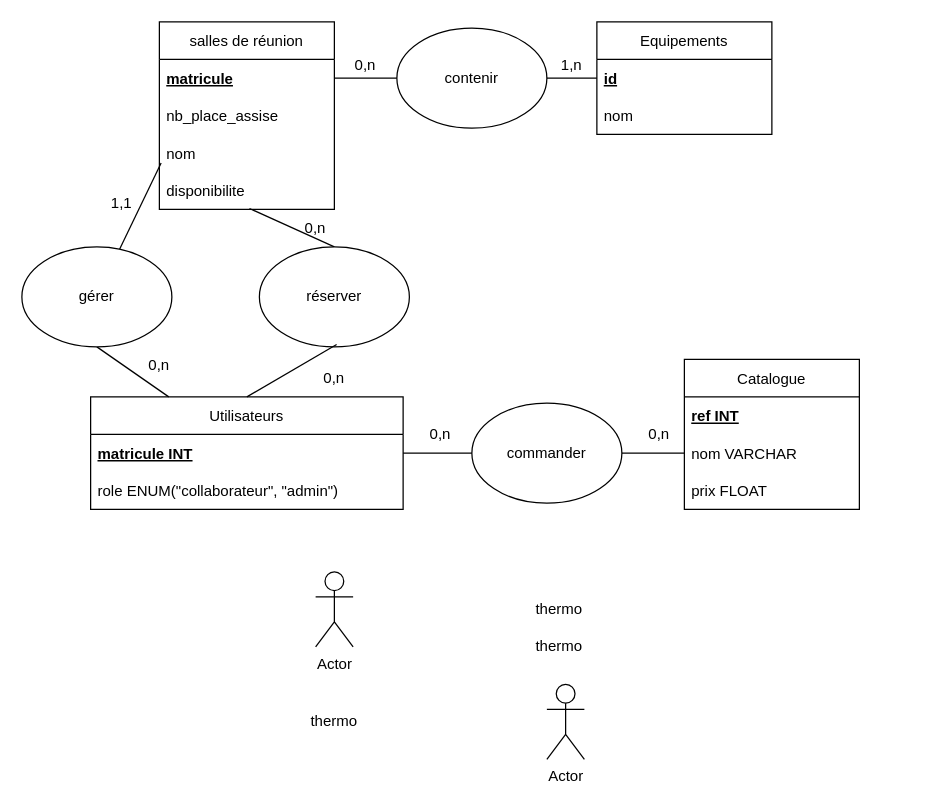
Earlier version of the draw.io diagram jour1/06-exo.drawio (webdevproformation/conception-bdd-doranco-dec2022). Source tidied: cells renumbered, new cells numbered last; positions are measured from the earlier drawing's top-left corner, leaving out a move shared by most shapes. Both pictures are drawn from the tidied source at 125%, with x=0, y=0 at pixel (21, 21).
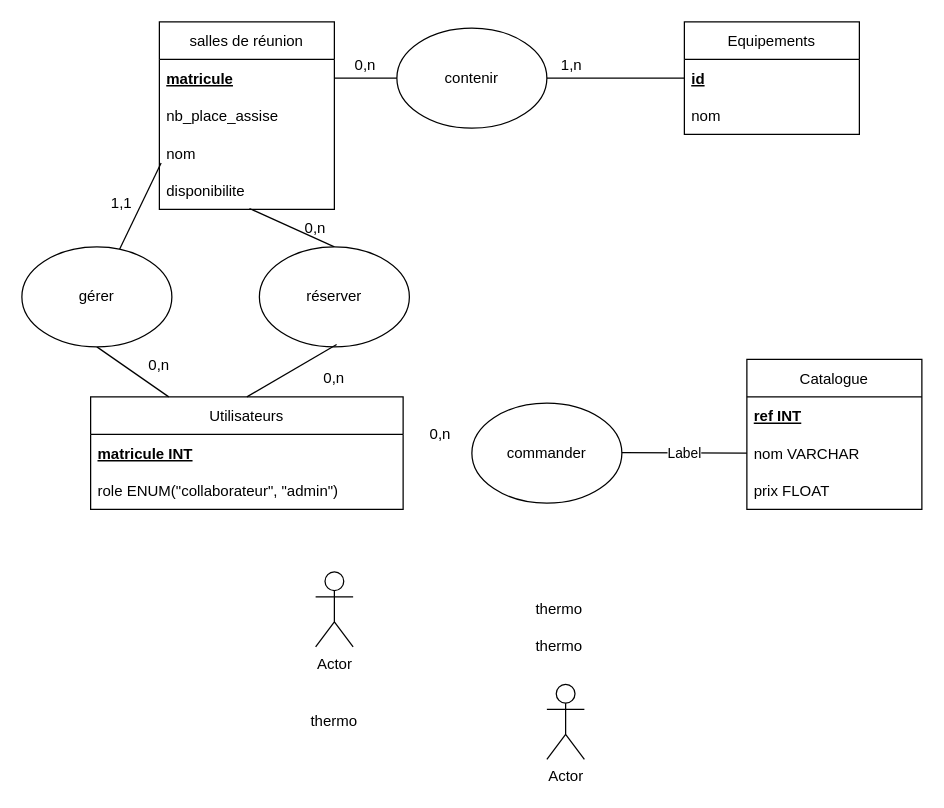
The same diagram, later.

Commit message (it also covers changes not shown here):
start jour2

The change refers to these unchanged cells:
```xml
<mxCell id="11" value="matricule INT" style="text;strokeColor=none;fillColor=none;align=left;verticalAlign=middle;spacingLeft=4;spacingRight=4;overflow=hidden;points=[[0,0.5],[1,0.5]];portConstraint=eastwest;fontStyle=5;" parent="10" vertex="1">
  <mxGeometry y="30" width="250" height="30" as="geometry" />
</mxCell>
<mxCell id="15" value="nom VARCHAR " style="text;strokeColor=none;fillColor=none;align=left;verticalAlign=middle;spacingLeft=4;spacingRight=4;overflow=hidden;points=[[0,0.5],[1,0.5]];portConstraint=eastwest;" parent="13" vertex="1">
  <mxGeometry y="60" width="140" height="30" as="geometry" />
</mxCell>
```

What changed in the source:
```diff
@@
     <mxCell id="7" value="Equipements" style="swimlane;fontStyle=0;horizontal=1;startSize=30;" parent="1" vertex="1">
-      <mxGeometry x="460" width="140" height="90" as="geometry" />
+      <mxGeometry x="530" width="140" height="90" as="geometry" />
     </mxCell>
@@
     <mxCell id="13" value="Catalogue" style="swimlane;fontStyle=0;horizontal=1;startSize=30;" parent="1" vertex="1">
-      <mxGeometry x="530" y="270" width="140" height="120" as="geometry" />
+      <mxGeometry x="580" y="270" width="140" height="120" as="geometry" />
     </mxCell>
@@
-    <mxCell id="22" style="endArrow=none;html=1;exitX=1;exitY=0.5;exitDx=0;exitDy=0;entryX=0;entryY=0.5;entryDx=0;entryDy=0;" parent="1" edge="1" source="11" target="15">
-      <mxGeometry relative="1" as="geometry" />
-    </mxCell>
@@
-    <mxCell id="33" value="0,n" style="text;html=1;strokeColor=none;fillColor=none;align=center;verticalAlign=middle;whiteSpace=wrap;rounded=0;" parent="1" vertex="1">
-      <mxGeometry x="480" y="315" width="60" height="30" as="geometry" />
-    </mxCell>
@@
+    <mxCell id="40" style="endArrow=none;html=1;entryX=0;entryY=0.5;entryDx=0;entryDy=0;endFill=0;" parent="1" edge="1" target="15">
+      <mxGeometry relative="1" as="geometry">
+        <mxPoint x="480" y="344.5" as="sourcePoint" />
+      </mxGeometry>
+    </mxCell>
+    <mxCell id="41" value="Label" style="edgeLabel;html=1;align=center;verticalAlign=middle;" parent="40" vertex="1">
+      <mxGeometry relative="1" as="geometry" />
+    </mxCell>
```
